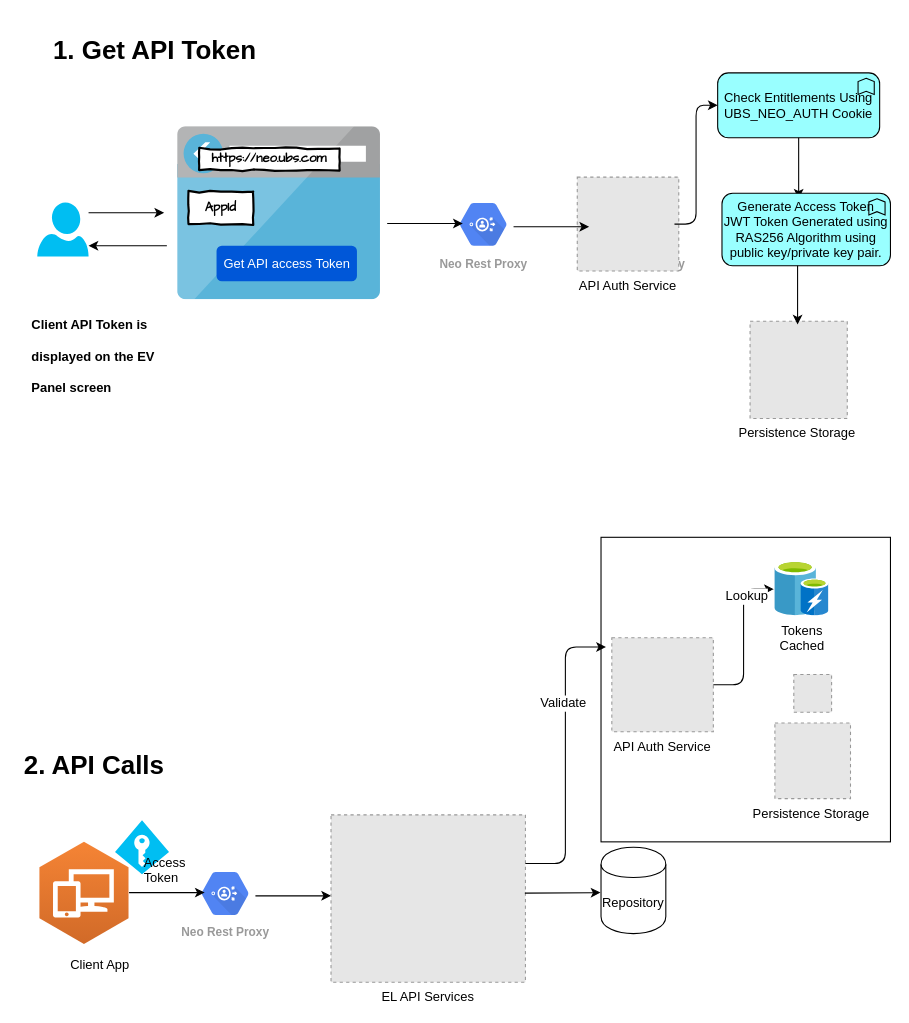
kpbindu/Diagrams keeps this draw.io diagram as ModifiedTokenGeneration.drawio. Above is the earlier version. Source tidied: cells renumbered, new cells numbered last; positions are measured from the earlier drawing's top-left corner, leaving out a move shared by most shapes. Both pictures are drawn from the tidied source at 108%, with x=0, y=0 at pixel (18, 29). Pictures stored in the file or linked from it are replaced by grey dashed boxes.
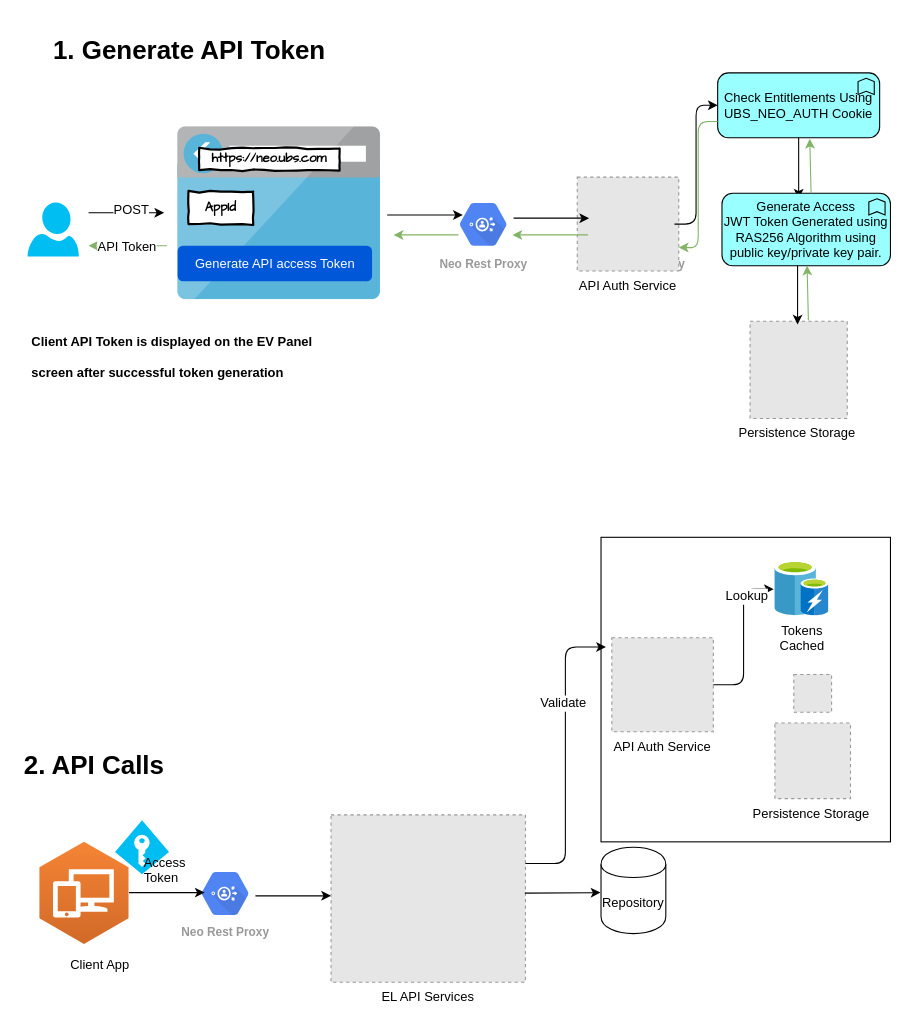
The same diagram, later.

Unchanged cells that the change refers to:
```xml
<mxCell id="7" style="endArrow=classic;html=1;" parent="1" edge="1">
  <mxGeometry relative="1" as="geometry">
    <mxPoint x="64.5" y="169.5" as="sourcePoint" />
    <mxPoint x="134.5" y="169.5" as="targetPoint" />
  </mxGeometry>
</mxCell>
<mxCell id="11" value="API Auth Service" style="fillColor=#E6E6E6;strokeColor=#999999;dashed=1;verticalLabelPosition=bottom;labelBackgroundColor=#ffffff;verticalAlign=top;" parent="1" vertex="1">
  <mxGeometry x="517" y="136.5" width="94" height="87" as="geometry" />
</mxCell>
<mxCell id="12" value="Check Entitlements Using UBS_NEO_AUTH Cookie" style="html=1;outlineConnect=0;whiteSpace=wrap;fillColor=#99ffff;strokeColor=#000000;shape=mxgraph.archimate3.application;appType=func;archiType=rounded;" parent="1" vertex="1">
  <mxGeometry x="647" y="40" width="150" height="60" as="geometry" />
</mxCell>
<mxCell id="16" value="Persistence Storage&amp;nbsp;" style="fillColor=#E6E6E6;strokeColor=#999999;dashed=1;html=1;verticalAlign=top;verticalLabelPosition=bottom;labelBackgroundColor=#ffffff;" parent="1" vertex="1">
  <mxGeometry x="677" y="270" width="90" height="90" as="geometry" />
</mxCell>
```

What changed in the source:
```diff
@@
     <mxCell id="2" style="verticalLabelPosition=bottom;html=1;verticalAlign=top;align=center;strokeColor=none;fillColor=#00BEF2;shape=mxgraph.azure.user;" parent="1" vertex="1">
-      <mxGeometry x="17" y="160" width="47.5" height="50" as="geometry" />
+      <mxGeometry x="8" y="160" width="47.5" height="50" as="geometry" />
     </mxCell>
@@
-    <mxCell id="6" value="Get API access Token" style="rounded=1;fillColor=#0057D8;align=center;strokeColor=none;html=1;fontColor=#ffffff;fontSize=12;" parent="1" vertex="1">
-      <mxGeometry x="183" y="200" width="130" height="33" as="geometry" />
+    <mxCell id="6" value="Generate API access Token" style="rounded=1;fillColor=#0057D8;align=center;strokeColor=none;html=1;fontColor=#ffffff;fontSize=12;" parent="1" vertex="1">
+      <mxGeometry x="147" y="200" width="180" height="33" as="geometry" />
     </mxCell>
@@
+    <mxCell id="42" value="POST" style="text;html=1;align=center;verticalAlign=middle;labelBackgroundColor=#ffffff;" parent="7" vertex="1">
+      <mxGeometry x="0.1" y="4" relative="1" as="geometry">
+        <mxPoint y="1" as="offset" />
+      </mxGeometry>
+    </mxCell>
@@
     <mxCell id="10" style="endArrow=classic;html=1;" parent="1" edge="1">
       <mxGeometry relative="1" as="geometry">
-        <mxPoint x="341" y="179.5" as="sourcePoint" />
-        <mxPoint x="411" y="179.5" as="targetPoint" />
+        <mxPoint x="341" y="171.5" as="sourcePoint" />
+        <mxPoint x="411" y="171.5" as="targetPoint" />
       </mxGeometry>
     </mxCell>
@@
     <mxCell id="13" style="endArrow=classic;html=1;" parent="1" edge="1">
       <mxGeometry relative="1" as="geometry">
-        <mxPoint x="458" y="182.5" as="sourcePoint" />
-        <mxPoint x="528" y="182.5" as="targetPoint" />
+        <mxPoint x="458" y="174.5" as="sourcePoint" />
+        <mxPoint x="528" y="174.5" as="targetPoint" />
       </mxGeometry>
     </mxCell>
@@
-    <mxCell id="18" style="endArrow=classic;html=1;" parent="1" edge="1">
+    <mxCell id="18" style="endArrow=classic;html=1;fillColor=#d5e8d4;strokeColor=#82b366;" parent="1" edge="1">
       <mxGeometry relative="1" as="geometry">
         <mxPoint x="137" y="200" as="sourcePoint" />
         <mxPoint x="64.5" y="200" as="targetPoint" />
       </mxGeometry>
     </mxCell>
+    <mxCell id="43" value="API Token" style="text;html=1;align=center;verticalAlign=middle;labelBackgroundColor=#ffffff;" parent="18" vertex="1">
+      <mxGeometry x="0.05" relative="1" as="geometry" />
+    </mxCell>
-    <mxCell id="19" value="&lt;h1&gt;&lt;font style=&quot;font-size: 12px&quot;&gt;Client API Token is displayed on the EV Panel screen&lt;/font&gt;&lt;/h1&gt;" style="text;html=1;strokeColor=none;fillColor=none;spacing=5;spacingTop=-20;whiteSpace=wrap;overflow=hidden;rounded=0;" parent="1" vertex="1">
-      <mxGeometry x="7" y="250" width="140" height="100" as="geometry" />
+    <mxCell id="19" value="&lt;h1&gt;&lt;font style=&quot;font-size: 12px&quot;&gt;Client API Token is displayed on the EV Panel screen after successful token generation&lt;/font&gt;&lt;/h1&gt;" style="text;html=1;strokeColor=none;fillColor=none;spacing=5;spacingTop=-20;whiteSpace=wrap;overflow=hidden;rounded=0;" parent="1" vertex="1">
+      <mxGeometry x="7" y="265" width="290" height="100" as="geometry" />
     </mxCell>
-    <mxCell id="20" value="Generate Access Token&lt;br&gt;JWT Token Generated using RAS256 Algorithm using public key/private key pair." style="html=1;outlineConnect=0;whiteSpace=wrap;fillColor=#99ffff;strokeColor=#000000;shape=mxgraph.archimate3.application;appType=func;archiType=rounded;" parent="1" vertex="1">
+    <mxCell id="20" value="Generate Access&lt;br&gt;JWT Token Generated using RAS256 Algorithm using public key/private key pair." style="html=1;outlineConnect=0;whiteSpace=wrap;fillColor=#99ffff;strokeColor=#000000;shape=mxgraph.archimate3.application;appType=func;archiType=rounded;" parent="1" vertex="1">
       <mxGeometry x="651" y="151.5" width="156" height="67" as="geometry" />
     </mxCell>
@@
-    <mxCell id="40" value="&lt;h1&gt;1. Get API Token&lt;/h1&gt;" style="text;html=1;strokeColor=none;fillColor=none;spacing=5;spacingTop=-20;whiteSpace=wrap;overflow=hidden;rounded=0;" parent="1" vertex="1">
+    <mxCell id="40" value="&lt;h1&gt;1. Generate API Token&lt;/h1&gt;" style="text;html=1;strokeColor=none;fillColor=none;spacing=5;spacingTop=-20;whiteSpace=wrap;overflow=hidden;rounded=0;" parent="1" vertex="1">
       <mxGeometry x="27" width="290" height="30" as="geometry" />
     </mxCell>
@@
+    <mxCell id="44" style="endArrow=classic;html=1;exitX=0.6;exitY=-0.011;exitDx=0;exitDy=0;exitPerimeter=0;fillColor=#d5e8d4;strokeColor=#82b366;" parent="1" edge="1" source="16" target="20">
+      <mxGeometry relative="1" as="geometry" />
+    </mxCell>
+    <mxCell id="45" style="endArrow=classic;html=1;exitX=0.6;exitY=-0.011;exitDx=0;exitDy=0;exitPerimeter=0;fillColor=#d5e8d4;strokeColor=#82b366;" parent="1" edge="1">
+      <mxGeometry relative="1" as="geometry">
+        <mxPoint x="733.5" y="151.5" as="sourcePoint" />
+        <mxPoint x="732.3" y="101" as="targetPoint" />
+      </mxGeometry>
+    </mxCell>
+    <mxCell id="46" style="edgeStyle=elbowEdgeStyle;elbow=horizontal;endArrow=classic;html=1;exitX=0;exitY=0.75;exitDx=0;exitDy=0;exitPerimeter=0;entryX=1;entryY=0.75;entryDx=0;entryDy=0;fillColor=#d5e8d4;strokeColor=#82b366;" parent="1" edge="1" source="12" target="11">
+      <mxGeometry relative="1" as="geometry" />
+    </mxCell>
+    <mxCell id="47" style="endArrow=classic;html=1;fillColor=#d5e8d4;strokeColor=#82b366;" parent="1" edge="1">
+      <mxGeometry relative="1" as="geometry">
+        <mxPoint x="527" y="190" as="sourcePoint" />
+        <mxPoint x="457" y="190" as="targetPoint" />
+      </mxGeometry>
+    </mxCell>
+    <mxCell id="48" style="endArrow=classic;html=1;fillColor=#d5e8d4;strokeColor=#82b366;" parent="1" edge="1">
+      <mxGeometry relative="1" as="geometry">
+        <mxPoint x="407" y="190" as="sourcePoint" />
+        <mxPoint x="347" y="190" as="targetPoint" />
+        <Array as="points">
+          <mxPoint x="377" y="190" />
+        </Array>
+      </mxGeometry>
+    </mxCell>
```
